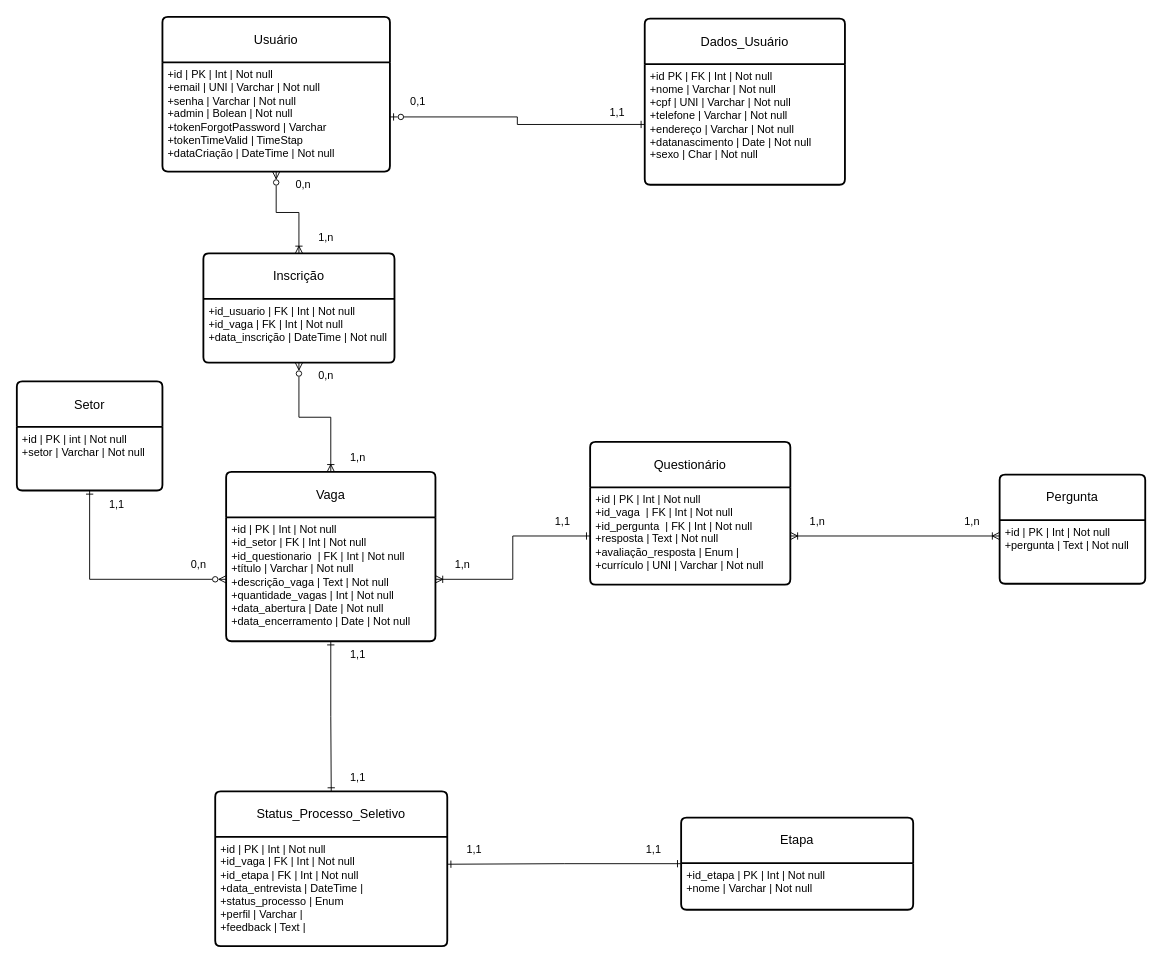
The draw.io diagram Diagrama Modelo Lógico.drawio in ExtraProjects860/Project-Selection-Process-Control, before the edit. Source tidied: cells renumbered, new cells numbered last; positions are measured from the earlier drawing's top-left corner, leaving out a move shared by most shapes. Both pictures are drawn from the tidied source at 91%, with x=0, y=0 at pixel (16, 16).
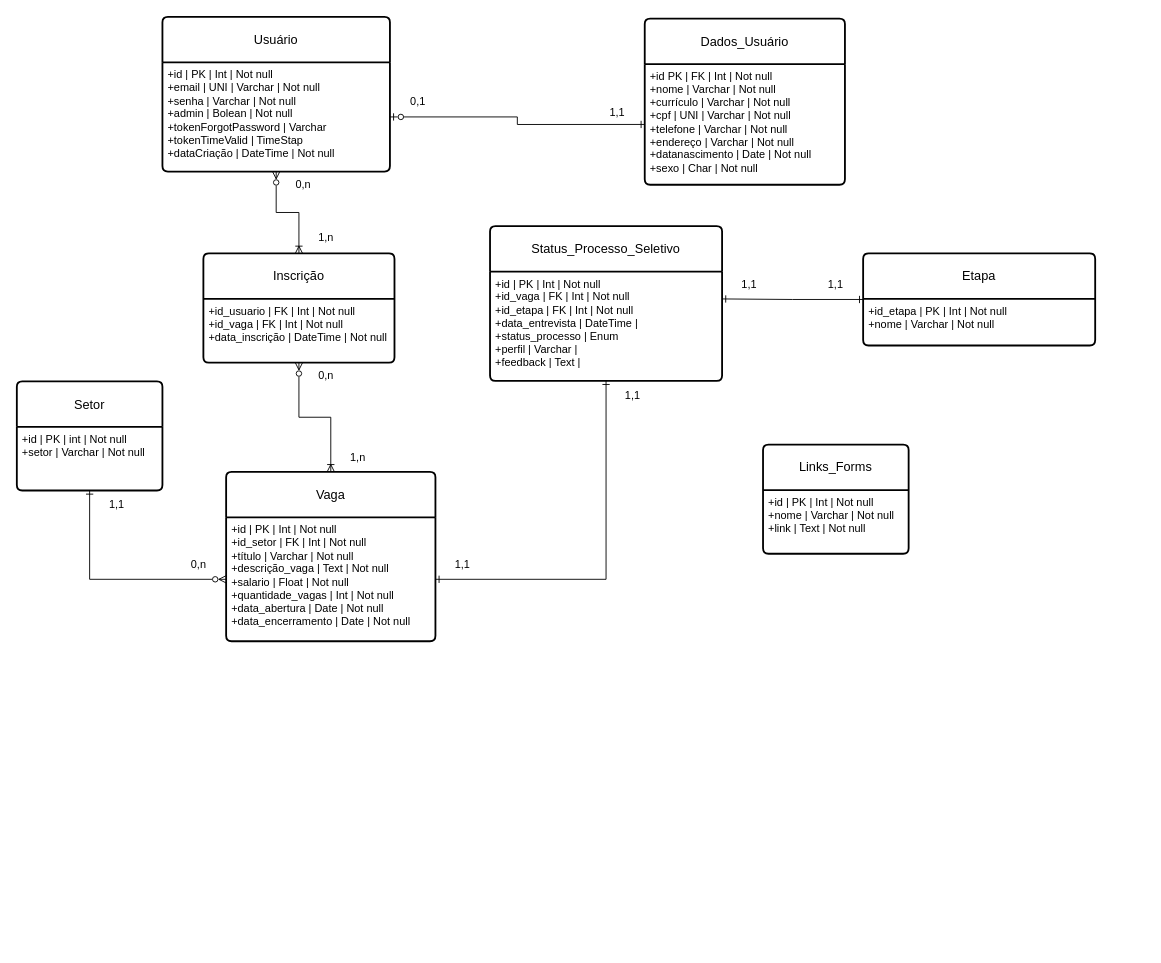
After the change.

Unchanged cells that the change refers to:
```xml
<mxCell id="4" value="Dados_Usuário" style="swimlane;horizontal=1;startSize=50;rounded=1;fontSize=14;fontStyle=0;strokeWidth=2;shadow=0;dashed=0;align=center;arcSize=4;whiteSpace=wrap;html=1;" parent="1" vertex="1">
  <mxGeometry x="690" y="2" width="220" height="182.5" as="geometry" />
</mxCell>
<mxCell id="24" value="Vaga" style="swimlane;horizontal=1;startSize=50;rounded=1;fontSize=14;fontStyle=0;strokeWidth=2;shadow=0;dashed=0;align=center;arcSize=4;whiteSpace=wrap;html=1;" parent="1" vertex="1">
  <mxGeometry x="230" y="500" width="230" height="186.2" as="geometry" />
</mxCell>
```

Diff of the diagram source:
```diff
@@
-    <mxCell id="5" value="&lt;div&gt;+id PK | FK | Int | Not null&lt;/div&gt;+nome | Varchar | Not null&lt;div&gt;+cpf | UNI | Varchar | Not null&lt;br&gt;&lt;div&gt;+telefone | Varchar | Not null&lt;/div&gt;&lt;div&gt;+endereço | Varchar | Not null&lt;/div&gt;&lt;div&gt;+datanascimento | Date | Not null&lt;/div&gt;&lt;/div&gt;&lt;div&gt;+sexo | Char | Not null&lt;/div&gt;" style="align=left;strokeColor=none;fillColor=none;spacingLeft=4;fontSize=12;verticalAlign=top;html=1;" parent="4" vertex="1">
+    <mxCell id="5" value="&lt;div&gt;+id PK | FK | Int | Not null&lt;/div&gt;+nome | Varchar | Not null&lt;div&gt;+currículo | Varchar | Not null&lt;br&gt;&lt;div&gt;+cpf | UNI | Varchar | Not null&lt;br&gt;&lt;div&gt;+telefone | Varchar | Not null&lt;/div&gt;&lt;div&gt;+endereço | Varchar | Not null&lt;/div&gt;&lt;div&gt;+datanascimento | Date | Not null&lt;/div&gt;&lt;/div&gt;&lt;div&gt;+sexo | Char | Not null&lt;/div&gt;&lt;/div&gt;" style="align=left;strokeColor=none;fillColor=none;spacingLeft=4;fontSize=12;verticalAlign=top;html=1;" parent="4" vertex="1">
       <mxGeometry y="50" width="220" height="132.5" as="geometry" />
     </mxCell>
@@
     <mxCell id="8" value="Status_Processo_Seletivo" style="swimlane;horizontal=1;startSize=50;rounded=1;fontSize=14;fontStyle=0;strokeWidth=2;shadow=0;dashed=0;align=center;arcSize=4;whiteSpace=wrap;html=1;" parent="1" vertex="1">
-      <mxGeometry x="218" y="851.2" width="255" height="170" as="geometry" />
+      <mxGeometry x="520" y="230" width="255" height="170" as="geometry" />
     </mxCell>
@@
-    <mxCell id="10" value="Questionário" style="swimlane;horizontal=1;startSize=50;rounded=1;fontSize=14;fontStyle=0;strokeWidth=2;shadow=0;dashed=0;align=center;arcSize=4;whiteSpace=wrap;html=1;" parent="1" vertex="1">
-      <mxGeometry x="630" y="467" width="220" height="157" as="geometry" />
-    </mxCell>
-    <mxCell id="11" value="+id | PK | Int | Not null&lt;div&gt;+id_vaga&amp;nbsp;&amp;nbsp;| FK | Int | Not null&lt;br&gt;+id_pergunta&amp;nbsp;&lt;span style=&quot;background-color: initial;&quot;&gt;&amp;nbsp;&lt;/span&gt;&lt;span style=&quot;background-color: initial;&quot;&gt;| FK | Int | Not null&lt;/span&gt;&lt;/div&gt;&lt;div&gt;+resposta | Text | Not null&lt;/div&gt;&lt;div&gt;+avaliação_resposta | Enum |&amp;nbsp;&lt;br&gt;&lt;div&gt;+currículo | UNI | Varchar | Not null&lt;/div&gt;&lt;/div&gt;" style="align=left;strokeColor=none;fillColor=none;spacingLeft=4;fontSize=12;verticalAlign=top;html=1;" parent="10" vertex="1">
-      <mxGeometry y="50" width="220" height="107" as="geometry" />
-    </mxCell>
-    <mxCell id="12" value="Pergunta" style="swimlane;horizontal=1;startSize=50;rounded=1;fontSize=14;fontStyle=0;strokeWidth=2;shadow=0;dashed=0;align=center;arcSize=4;whiteSpace=wrap;html=1;" parent="1" vertex="1">
-      <mxGeometry x="1080" y="503" width="160" height="120" as="geometry" />
-    </mxCell>
-    <mxCell id="13" value="+id | PK | Int | Not null&lt;br&gt;+pergunta | Text | Not null&lt;div&gt;&lt;br&gt;&lt;/div&gt;" style="align=left;strokeColor=none;fillColor=none;spacingLeft=4;fontSize=12;verticalAlign=top;html=1;" parent="12" vertex="1">
-      <mxGeometry y="50" width="160" height="70" as="geometry" />
-    </mxCell>
@@
-    <mxCell id="17" value="1,1" style="text;html=1;align=center;verticalAlign=middle;whiteSpace=wrap;rounded=0;" parent="1" vertex="1">
-      <mxGeometry x="570" y="540" width="60" height="30" as="geometry" />
-    </mxCell>
@@
     <mxCell id="19" value="1,1" style="text;html=1;align=center;verticalAlign=middle;whiteSpace=wrap;rounded=0;" parent="1" vertex="1">
-      <mxGeometry x="345" y="686.2" width="60" height="30" as="geometry" />
+      <mxGeometry x="460" y="587.2" width="60" height="30" as="geometry" />
     </mxCell>
     <mxCell id="20" value="1,1" style="text;html=1;align=center;verticalAlign=middle;whiteSpace=wrap;rounded=0;" parent="1" vertex="1">
-      <mxGeometry x="345" y="821.2" width="60" height="30" as="geometry" />
+      <mxGeometry x="647" y="400.5" width="60" height="30" as="geometry" />
     </mxCell>
-    <mxCell id="21" value="1,n" style="text;html=1;align=center;verticalAlign=middle;whiteSpace=wrap;rounded=0;" parent="1" vertex="1">
-      <mxGeometry x="1020" y="540" width="60" height="30" as="geometry" />
-    </mxCell>
-    <mxCell id="22" value="1,n" style="text;html=1;align=center;verticalAlign=middle;whiteSpace=wrap;rounded=0;" parent="1" vertex="1">
-      <mxGeometry x="850" y="540" width="60" height="30" as="geometry" />
-    </mxCell>
@@
-    <mxCell id="25" value="&lt;div&gt;+id | PK | Int | Not null&lt;/div&gt;&lt;div&gt;+id_setor | FK | Int | Not null&lt;/div&gt;&lt;div&gt;+id_questionario&amp;nbsp;&lt;span style=&quot;background-color: initial;&quot;&gt;&amp;nbsp;&lt;/span&gt;&lt;span style=&quot;background-color: initial;&quot;&gt;| FK | Int | Not null&lt;/span&gt;&lt;br&gt;&lt;/div&gt;&lt;div&gt;+título | Varchar | Not null&lt;/div&gt;&lt;div&gt;+descrição_vaga | Text | Not null&lt;/div&gt;&lt;div&gt;+quantidade_vagas | Int | Not null&lt;/div&gt;&lt;div&gt;+data_abertura | Date | Not null&lt;/div&gt;&lt;div&gt;+data_encerramento | Date | Not null&lt;/div&gt;" style="align=left;strokeColor=none;fillColor=none;spacingLeft=4;fontSize=12;verticalAlign=top;html=1;" parent="24" vertex="1">
+    <mxCell id="25" value="&lt;div&gt;+id | PK | Int | Not null&lt;/div&gt;&lt;div&gt;+id_setor | FK | Int | Not null&lt;/div&gt;&lt;div&gt;&lt;span style=&quot;background-color: initial;&quot;&gt;+título | Varchar | Not null&lt;/span&gt;&lt;br&gt;&lt;/div&gt;&lt;div&gt;+descrição_vaga | Text | Not null&lt;/div&gt;&lt;div&gt;+salario | Float | Not null&lt;/div&gt;&lt;div&gt;+quantidade_vagas | Int | Not null&lt;/div&gt;&lt;div&gt;+data_abertura | Date | Not null&lt;/div&gt;&lt;div&gt;+data_encerramento | Date | Not null&lt;/div&gt;" style="align=left;strokeColor=none;fillColor=none;spacingLeft=4;fontSize=12;verticalAlign=top;html=1;" parent="24" vertex="1">
       <mxGeometry y="50" width="230" height="136.2" as="geometry" />
     </mxCell>
@@
-    <mxCell id="27" value="1,n" style="text;html=1;align=center;verticalAlign=middle;whiteSpace=wrap;rounded=0;" parent="1" vertex="1">
-      <mxGeometry x="460" y="587.2" width="60" height="30" as="geometry" />
-    </mxCell>
@@
-    <mxCell id="37" style="edgeStyle=orthogonalEdgeStyle;rounded=0;jettySize=auto;html=1;startArrow=ERoneToMany;startFill=0;endArrow=ERone;endFill=0;" parent="1" edge="1" source="25" target="11">
-      <mxGeometry relative="1" as="geometry" />
-    </mxCell>
-    <mxCell id="38" style="edgeStyle=orthogonalEdgeStyle;rounded=0;jettySize=auto;html=1;entryX=0;entryY=0.25;entryDx=0;entryDy=0;startArrow=ERoneToMany;startFill=0;endArrow=ERoneToMany;endFill=0;" parent="1" edge="1" source="11" target="13">
-      <mxGeometry relative="1" as="geometry" />
-    </mxCell>
@@
     <mxCell id="40" value="Etapa" style="swimlane;horizontal=1;startSize=50;rounded=1;fontSize=14;fontStyle=0;strokeWidth=2;shadow=0;dashed=0;align=center;arcSize=4;whiteSpace=wrap;html=1;" parent="1" vertex="1">
-      <mxGeometry x="730" y="880" width="255" height="101.2" as="geometry" />
+      <mxGeometry x="930" y="260" width="255" height="101.2" as="geometry" />
     </mxCell>
@@
     <mxCell id="42" value="1,1" style="text;html=1;align=center;verticalAlign=middle;whiteSpace=wrap;rounded=0;" parent="1" vertex="1">
-      <mxGeometry x="473" y="900" width="60" height="30" as="geometry" />
+      <mxGeometry x="775" y="278.8" width="60" height="30" as="geometry" />
     </mxCell>
     <mxCell id="43" value="1,1" style="text;html=1;align=center;verticalAlign=middle;whiteSpace=wrap;rounded=0;" parent="1" vertex="1">
-      <mxGeometry x="670" y="900" width="60" height="30" as="geometry" />
+      <mxGeometry x="870" y="280" width="60" height="30" as="geometry" />
     </mxCell>
+    <mxCell id="44" value="Links_Forms" style="swimlane;horizontal=1;startSize=50;rounded=1;fontSize=14;fontStyle=0;strokeWidth=2;shadow=0;dashed=0;align=center;arcSize=4;whiteSpace=wrap;html=1;" parent="1" vertex="1">
+      <mxGeometry x="820" y="470" width="160" height="120" as="geometry" />
+    </mxCell>
+    <mxCell id="45" value="+id | PK | Int | Not null&lt;div&gt;+nome | Varchar | Not null&lt;/div&gt;&lt;div&gt;+link | Text | Not null&lt;br&gt;&lt;div&gt;&lt;br&gt;&lt;/div&gt;&lt;/div&gt;" style="align=left;strokeColor=none;fillColor=none;spacingLeft=4;fontSize=12;verticalAlign=top;html=1;" parent="44" vertex="1">
+      <mxGeometry y="50" width="160" height="70" as="geometry" />
+    </mxCell>
```
